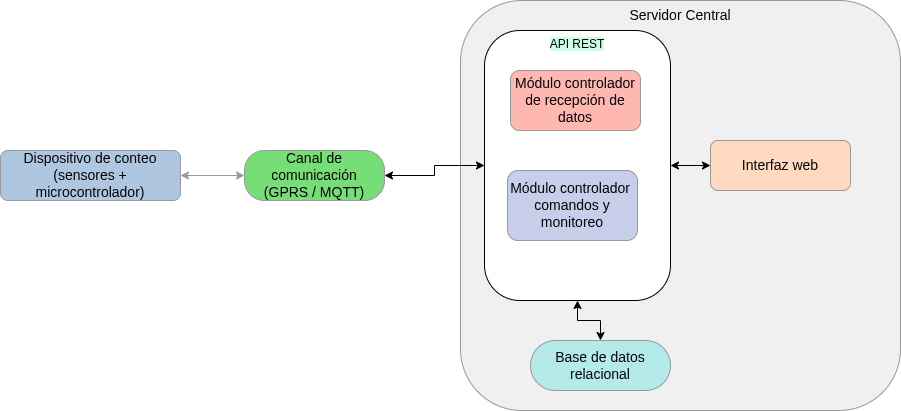
Above: Figuras/diagBloques.png in dvazquez1981/Plantilla-planificacion (draw.io), before the change. Source tidied: cells renumbered, new cells last; positions are measured from the earlier drawing's top-left corner, leaving out a move shared by most shapes. The source it was exported from:
```xml
<mxGraphModel>
  <root>
    <mxCell id="0" />
    <mxCell id="1" parent="0" />
    <mxCell id="2" value="Servidor Central" style="rounded=1;whiteSpace=wrap;html=1;fillColor=#F0F0F0;strokeColor=#999999;align=center;verticalAlign=top;fontSize=14;" parent="1" vertex="1">
      <mxGeometry x="460" width="440" height="410" as="geometry" />
    </mxCell>
    <mxCell id="3" value="Dispositivo de conteo (sensores + microcontrolador)" style="rounded=1;whiteSpace=wrap;html=1;fillColor=#AEC6E0;strokeColor=#999999;fontSize=14;" parent="1" vertex="1">
      <mxGeometry y="150" width="180" height="50" as="geometry" />
    </mxCell>
    <mxCell id="4" style="edgeStyle=orthogonalEdgeStyle;rounded=0;jettySize=auto;html=1;startArrow=classic;startFill=1;" parent="1" edge="1" source="5" target="11">
      <mxGeometry relative="1" as="geometry" />
    </mxCell>
    <mxCell id="5" value="Canal de comunicación&lt;div&gt;(GPRS / MQTT)&lt;/div&gt;" style="rounded=1;whiteSpace=wrap;html=1;fillColor=#77DD77;strokeColor=#999999;fontSize=14;arcSize=40;" parent="1" vertex="1">
      <mxGeometry x="244" y="150" width="140" height="50" as="geometry" />
    </mxCell>
    <mxCell id="6" style="edgeStyle=orthogonalEdgeStyle;rounded=0;jettySize=auto;html=1;exitX=0.5;exitY=0;exitDx=0;exitDy=0;entryX=0.5;entryY=1;entryDx=0;entryDy=0;startArrow=classic;startFill=1;" parent="1" edge="1" source="7" target="11">
      <mxGeometry relative="1" as="geometry" />
    </mxCell>
    <mxCell id="7" value="Base de datos relacional" style="rounded=1;whiteSpace=wrap;html=1;fillColor=#B5EAEA;strokeColor=#999999;fontSize=14;arcSize=50;" parent="1" vertex="1">
      <mxGeometry x="530" y="340" width="140" height="50" as="geometry" />
    </mxCell>
    <mxCell id="8" style="edgeStyle=orthogonalEdgeStyle;rounded=0;jettySize=auto;html=1;entryX=1;entryY=0.5;entryDx=0;entryDy=0;startArrow=classic;startFill=1;" parent="1" edge="1" source="9" target="11">
      <mxGeometry relative="1" as="geometry" />
    </mxCell>
    <mxCell id="9" value="Interfaz web" style="rounded=1;whiteSpace=wrap;html=1;fillColor=#FFDAC1;strokeColor=#999999;fontSize=14;" parent="1" vertex="1">
      <mxGeometry x="710" y="140" width="140" height="50" as="geometry" />
    </mxCell>
    <mxCell id="10" style="edgeStyle=orthogonalEdgeStyle;rounded=0;jettySize=auto;html=1;strokeColor=#999999;endArrow=classic;startArrow=classic;startFill=1;" parent="1" edge="1" source="3" target="5">
      <mxGeometry relative="1" as="geometry" />
    </mxCell>
    <mxCell id="11" value="API REST" style="rounded=1;whiteSpace=wrap;html=1;labelBackgroundColor=#CCFFE6;verticalAlign=top;arcSize=19;" parent="1" vertex="1">
      <mxGeometry x="484" y="30" width="186" height="270" as="geometry" />
    </mxCell>
    <mxCell id="12" value="Módulo controlador&amp;nbsp; comandos y monitoreo" style="rounded=1;whiteSpace=wrap;html=1;fillColor=#C7CEEA;strokeColor=#999999;fontSize=14;" parent="1" vertex="1">
      <mxGeometry x="507" y="170" width="130" height="70" as="geometry" />
    </mxCell>
    <mxCell id="13" value="Módulo controlador de recepción de datos" style="rounded=1;whiteSpace=wrap;html=1;fillColor=#FFB7B2;strokeColor=#999999;fontSize=14;" parent="1" vertex="1">
      <mxGeometry x="510" y="70" width="130" height="60" as="geometry" />
    </mxCell>
  </root>
</mxGraphModel>
```
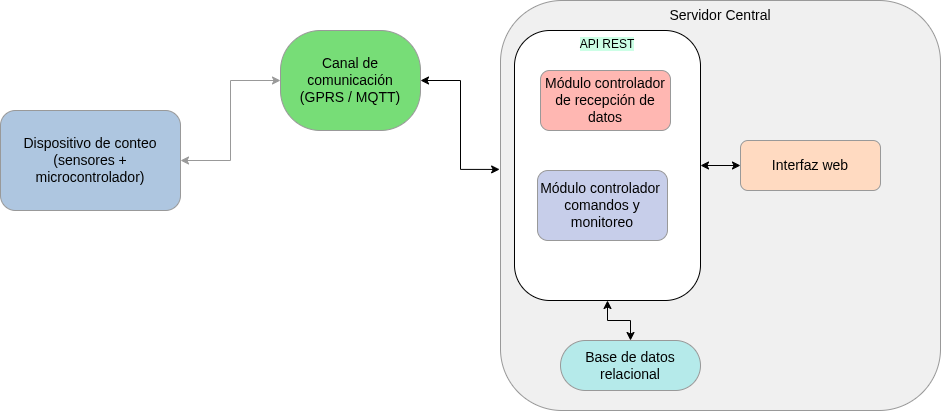
Above is the later version.

Change to the diagram source:
```diff
@@ -3,16 +3,16 @@
     <mxCell id="0" />
     <mxCell id="1" parent="0" />
     <mxCell id="2" value="Servidor Central" style="rounded=1;whiteSpace=wrap;html=1;fillColor=#F0F0F0;strokeColor=#999999;align=center;verticalAlign=top;fontSize=14;" parent="1" vertex="1">
-      <mxGeometry x="460" width="440" height="410" as="geometry" />
+      <mxGeometry x="470" width="440" height="410" as="geometry" />
     </mxCell>
     <mxCell id="3" value="Dispositivo de conteo (sensores + microcontrolador)" style="rounded=1;whiteSpace=wrap;html=1;fillColor=#AEC6E0;strokeColor=#999999;fontSize=14;" parent="1" vertex="1">
-      <mxGeometry y="150" width="180" height="50" as="geometry" />
+      <mxGeometry x="-30" y="110" width="180" height="100" as="geometry" />
     </mxCell>
-    <mxCell id="4" style="edgeStyle=orthogonalEdgeStyle;rounded=0;jettySize=auto;html=1;startArrow=classic;startFill=1;" parent="1" edge="1" source="5" target="11">
+    <mxCell id="4" style="edgeStyle=orthogonalEdgeStyle;rounded=0;jettySize=auto;html=1;startArrow=classic;startFill=1;entryX=-0.002;entryY=0.412;entryDx=0;entryDy=0;entryPerimeter=0;" parent="1" edge="1" source="5" target="2">
       <mxGeometry relative="1" as="geometry" />
     </mxCell>
     <mxCell id="5" value="Canal de comunicación&lt;div&gt;(GPRS / MQTT)&lt;/div&gt;" style="rounded=1;whiteSpace=wrap;html=1;fillColor=#77DD77;strokeColor=#999999;fontSize=14;arcSize=40;" parent="1" vertex="1">
-      <mxGeometry x="244" y="150" width="140" height="50" as="geometry" />
+      <mxGeometry x="250" y="30" width="140" height="100" as="geometry" />
     </mxCell>
     <mxCell id="6" style="edgeStyle=orthogonalEdgeStyle;rounded=0;jettySize=auto;html=1;exitX=0.5;exitY=0;exitDx=0;exitDy=0;entryX=0.5;entryY=1;entryDx=0;entryDy=0;startArrow=classic;startFill=1;" parent="1" edge="1" source="7" target="11">
       <mxGeometry relative="1" as="geometry" />
```
